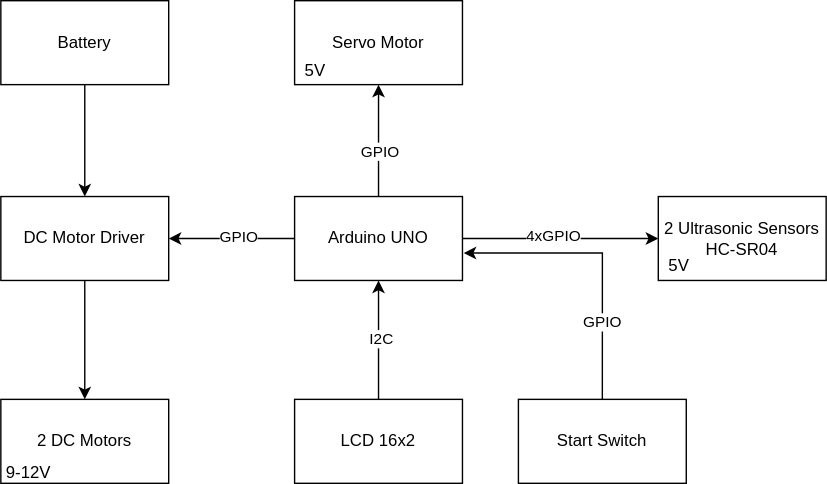
Earlier version of the draw.io export images/general-description.svg (badea-codrut-cti/proiect-robotica). Source tidied: cells renumbered, new cells last; positions are measured from the earlier drawing's top-left corner, leaving out a move shared by most shapes. Source of this version:
```xml
<mxGraphModel>
  <root>
    <mxCell id="0" />
    <mxCell id="1" parent="0" />
    <mxCell id="2" style="edgeStyle=orthogonalEdgeStyle;rounded=0;jettySize=auto;html=1;exitX=0.5;exitY=0;exitDx=0;exitDy=0;entryX=0.5;entryY=1;entryDx=0;entryDy=0;strokeColor=default;" parent="1" edge="1" source="8" target="10">
      <mxGeometry relative="1" as="geometry" />
    </mxCell>
    <mxCell id="3" value="GPIO" style="edgeLabel;html=1;align=center;verticalAlign=middle;" parent="2" vertex="1">
      <mxGeometry x="-0.19" y="-1" relative="1" as="geometry" />
    </mxCell>
    <mxCell id="4" style="edgeStyle=orthogonalEdgeStyle;rounded=0;jettySize=auto;html=1;exitX=1;exitY=0.5;exitDx=0;exitDy=0;entryX=0;entryY=0.5;entryDx=0;entryDy=0;" parent="1" edge="1" source="8" target="9">
      <mxGeometry relative="1" as="geometry" />
    </mxCell>
    <mxCell id="5" value="4xGPIO" style="edgeLabel;html=1;align=center;verticalAlign=middle;" parent="4" vertex="1">
      <mxGeometry x="-0.07" y="2" relative="1" as="geometry" />
    </mxCell>
    <mxCell id="6" style="edgeStyle=orthogonalEdgeStyle;rounded=0;jettySize=auto;html=1;exitX=0;exitY=0.5;exitDx=0;exitDy=0;entryX=1;entryY=0.5;entryDx=0;entryDy=0;" parent="1" edge="1" source="8" target="12">
      <mxGeometry relative="1" as="geometry" />
    </mxCell>
    <mxCell id="7" value="GPIO" style="edgeLabel;html=1;align=center;verticalAlign=middle;" parent="6" vertex="1">
      <mxGeometry x="-0.1" y="-1" relative="1" as="geometry" />
    </mxCell>
    <mxCell id="8" value="Arduino UNO" style="rounded=0;whiteSpace=wrap;html=1;" parent="1" vertex="1">
      <mxGeometry x="210" y="140" width="120" height="60" as="geometry" />
    </mxCell>
    <mxCell id="9" value="&lt;div&gt;2 Ultrasonic Sensors&lt;/div&gt;&lt;div&gt;HC-SR04&lt;br&gt;&lt;/div&gt;" style="rounded=0;whiteSpace=wrap;html=1;" parent="1" vertex="1">
      <mxGeometry x="470" y="140" width="120" height="60" as="geometry" />
    </mxCell>
    <mxCell id="10" value="Servo Motor" style="rounded=0;whiteSpace=wrap;html=1;" parent="1" vertex="1">
      <mxGeometry x="210" width="120" height="60" as="geometry" />
    </mxCell>
    <mxCell id="11" style="edgeStyle=orthogonalEdgeStyle;rounded=0;jettySize=auto;html=1;exitX=0.5;exitY=1;exitDx=0;exitDy=0;entryX=0.5;entryY=0;entryDx=0;entryDy=0;" parent="1" edge="1" source="12" target="13">
      <mxGeometry relative="1" as="geometry" />
    </mxCell>
    <mxCell id="12" value="DC Motor Driver" style="rounded=0;whiteSpace=wrap;html=1;" parent="1" vertex="1">
      <mxGeometry y="140" width="120" height="60" as="geometry" />
    </mxCell>
    <mxCell id="13" value="2 DC Motors" style="rounded=0;whiteSpace=wrap;html=1;" parent="1" vertex="1">
      <mxGeometry y="285" width="120" height="60" as="geometry" />
    </mxCell>
    <mxCell id="14" style="edgeStyle=orthogonalEdgeStyle;rounded=0;jettySize=auto;html=1;exitX=0.5;exitY=1;exitDx=0;exitDy=0;" parent="1" edge="1" source="15" target="12">
      <mxGeometry relative="1" as="geometry" />
    </mxCell>
    <mxCell id="15" value="Battery" style="rounded=0;whiteSpace=wrap;html=1;" parent="1" vertex="1">
      <mxGeometry width="120" height="60" as="geometry" />
    </mxCell>
    <mxCell id="16" value="Start Switch" style="rounded=0;whiteSpace=wrap;html=1;" parent="1" vertex="1">
      <mxGeometry x="370" y="285" width="120" height="60" as="geometry" />
    </mxCell>
    <mxCell id="17" value="5V" style="text;html=1;align=center;verticalAlign=middle;whiteSpace=wrap;rounded=0;" parent="1" vertex="1">
      <mxGeometry x="470" y="180" width="30" height="20" as="geometry" />
    </mxCell>
    <mxCell id="18" value="9-12V" style="text;html=1;align=center;verticalAlign=middle;whiteSpace=wrap;rounded=0;" parent="1" vertex="1">
      <mxGeometry y="330" width="40" height="15" as="geometry" />
    </mxCell>
    <mxCell id="19" value="5V" style="text;html=1;align=center;verticalAlign=middle;whiteSpace=wrap;rounded=0;" parent="1" vertex="1">
      <mxGeometry x="210" y="40" width="30" height="20" as="geometry" />
    </mxCell>
    <mxCell id="20" style="edgeStyle=orthogonalEdgeStyle;rounded=0;jettySize=auto;html=1;exitX=0.5;exitY=0;exitDx=0;exitDy=0;entryX=1.007;entryY=0.673;entryDx=0;entryDy=0;entryPerimeter=0;" parent="1" edge="1" source="16" target="8">
      <mxGeometry relative="1" as="geometry" />
    </mxCell>
    <mxCell id="21" value="GPIO" style="edgeLabel;html=1;align=center;verticalAlign=middle;" parent="20" vertex="1">
      <mxGeometry x="-0.37" y="-1" relative="1" as="geometry">
        <mxPoint x="-1" y="9" as="offset" />
      </mxGeometry>
    </mxCell>
    <mxCell id="22" style="edgeStyle=orthogonalEdgeStyle;rounded=0;jettySize=auto;html=1;exitX=0.5;exitY=0;exitDx=0;exitDy=0;entryX=0.5;entryY=1;entryDx=0;entryDy=0;" parent="1" edge="1" source="24" target="8">
      <mxGeometry relative="1" as="geometry" />
    </mxCell>
    <mxCell id="23" value="I2C" style="edgeLabel;html=1;align=center;verticalAlign=middle;" parent="22" vertex="1">
      <mxGeometry x="0.01" y="-2" relative="1" as="geometry" />
    </mxCell>
    <mxCell id="24" value="LCD 16x2" style="rounded=0;whiteSpace=wrap;html=1;" parent="1" vertex="1">
      <mxGeometry x="210" y="285" width="120" height="60" as="geometry" />
    </mxCell>
  </root>
</mxGraphModel>
```
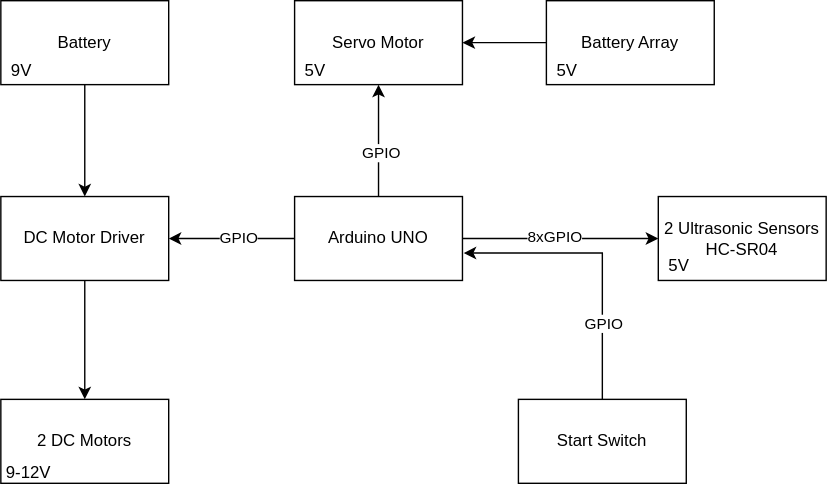
After the change.

The edit, as a diff of the source:
```diff
@@ -11,7 +11,7 @@
     <mxCell id="4" style="edgeStyle=orthogonalEdgeStyle;rounded=0;jettySize=auto;html=1;exitX=1;exitY=0.5;exitDx=0;exitDy=0;entryX=0;entryY=0.5;entryDx=0;entryDy=0;" parent="1" edge="1" source="8" target="9">
       <mxGeometry relative="1" as="geometry" />
     </mxCell>
-    <mxCell id="5" value="4xGPIO" style="edgeLabel;html=1;align=center;verticalAlign=middle;" parent="4" vertex="1">
+    <mxCell id="5" value="8xGPIO" style="edgeLabel;html=1;align=center;verticalAlign=middle;" parent="4" vertex="1">
       <mxGeometry x="-0.07" y="2" relative="1" as="geometry" />
     </mxCell>
     <mxCell id="6" style="edgeStyle=orthogonalEdgeStyle;rounded=0;jettySize=auto;html=1;exitX=0;exitY=0.5;exitDx=0;exitDy=0;entryX=1;entryY=0.5;entryDx=0;entryDy=0;" parent="1" edge="1" source="8" target="12">
@@ -64,14 +64,17 @@
         <mxPoint x="-1" y="9" as="offset" />
       </mxGeometry>
     </mxCell>
-    <mxCell id="22" style="edgeStyle=orthogonalEdgeStyle;rounded=0;jettySize=auto;html=1;exitX=0.5;exitY=0;exitDx=0;exitDy=0;entryX=0.5;entryY=1;entryDx=0;entryDy=0;" parent="1" edge="1" source="24" target="8">
-      <mxGeometry relative="1" as="geometry" />
-    </mxCell>
-    <mxCell id="23" value="I2C" style="edgeLabel;html=1;align=center;verticalAlign=middle;" parent="22" vertex="1">
-      <mxGeometry x="0.01" y="-2" relative="1" as="geometry" />
-    </mxCell>
-    <mxCell id="24" value="LCD 16x2" style="rounded=0;whiteSpace=wrap;html=1;" parent="1" vertex="1">
-      <mxGeometry x="210" y="285" width="120" height="60" as="geometry" />
-    </mxCell>
+    <mxCell id="25" value="9V" style="text;html=1;align=center;verticalAlign=middle;whiteSpace=wrap;rounded=0;" parent="1" vertex="1">
+      <mxGeometry y="40" width="30" height="20" as="geometry" />
+    </mxCell>
+    <mxCell id="26" style="edgeStyle=orthogonalEdgeStyle;rounded=0;jettySize=auto;html=1;exitX=0;exitY=0.5;exitDx=0;exitDy=0;" parent="1" edge="1" source="27" target="10">
+      <mxGeometry relative="1" as="geometry" />
+    </mxCell>
+    <mxCell id="27" value="Battery Array" style="rounded=0;whiteSpace=wrap;html=1;" parent="1" vertex="1">
+      <mxGeometry x="390" width="120" height="60" as="geometry" />
+    </mxCell>
+    <mxCell id="28" value="5V" style="text;html=1;align=center;verticalAlign=middle;whiteSpace=wrap;rounded=0;" parent="1" vertex="1">
+      <mxGeometry x="390" y="40" width="30" height="20" as="geometry" />
+    </mxCell>
   </root>
 </mxGraphModel>
```
